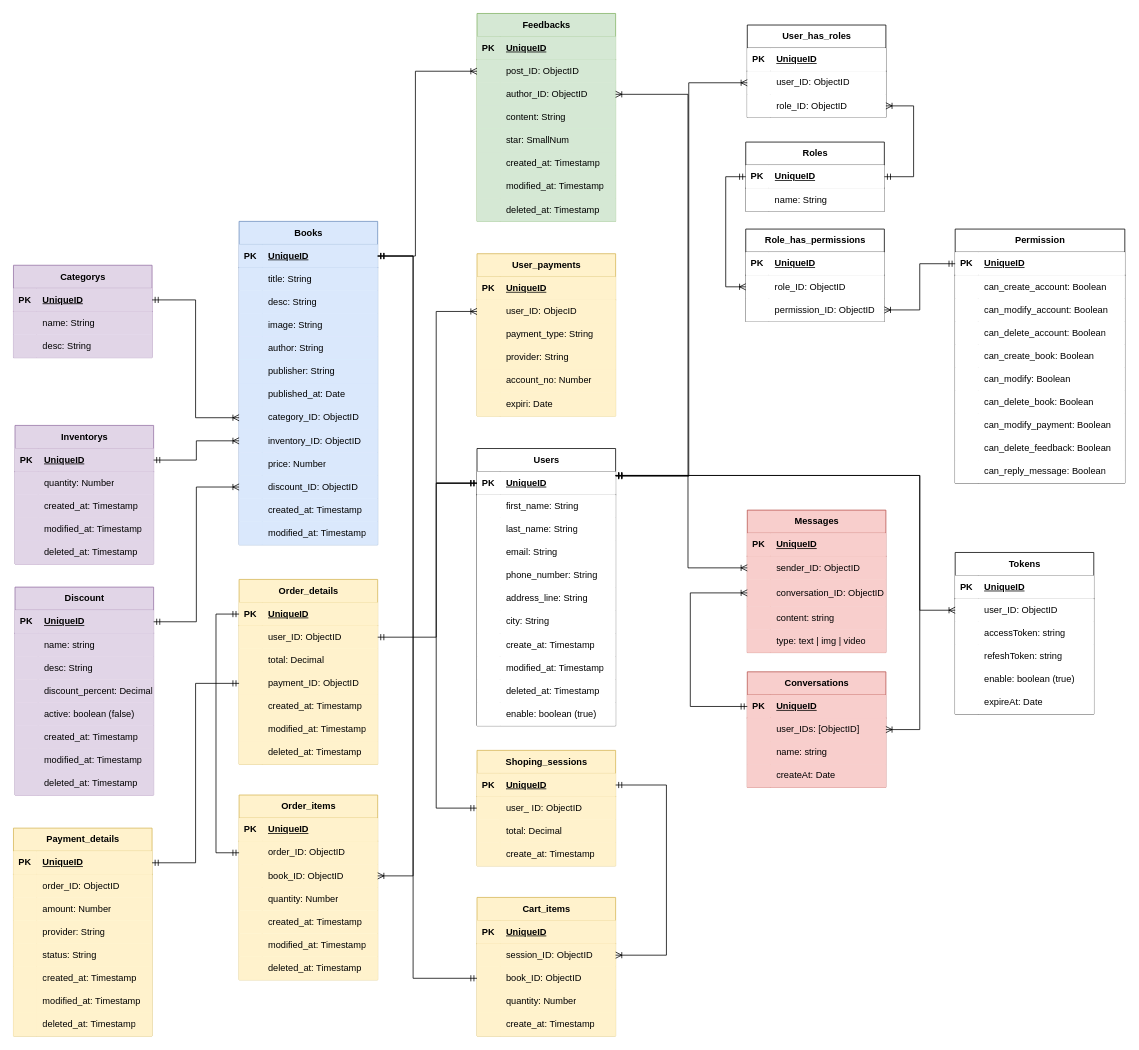
Khanh-BangPham/Diagram-Store keeps this draw.io diagram as Diagram-Ebook-Shop.drawio. Above is the earlier version. Source tidied: cells renumbered, new cells numbered last; positions are measured from the earlier drawing's top-left corner, leaving out a move shared by most shapes. Both pictures are drawn from the tidied source at 77%, with x=0, y=0 at pixel (13, 13).
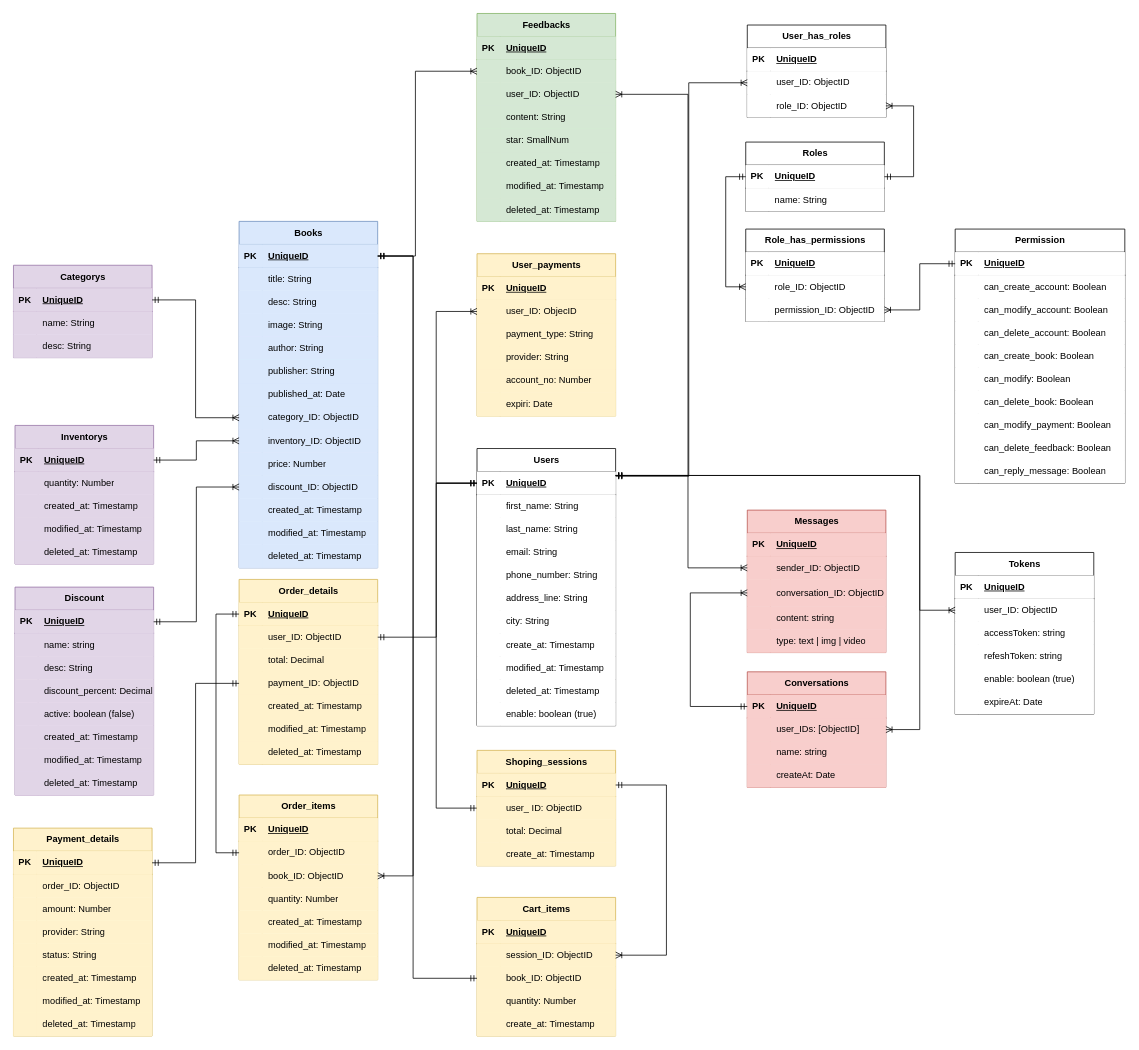
The same diagram, later.

Commit message:
Cập nhật Diagram-Ebook-Shop.drawio

The change refers to these unchanged cells:
```xml
<mxCell id="99" style="shape=tableRow;horizontal=0;startSize=0;swimlaneHead=0;swimlaneBody=0;fillColor=#d5e8d4;points=[[0,0.5],[1,0.5]];portConstraint=eastwest;top=0;left=0;right=0;bottom=0;strokeColor=#82b366;" parent="95" vertex="1">
  <mxGeometry y="60" width="180" height="30" as="geometry" />
</mxCell>
<mxCell id="102" style="shape=tableRow;horizontal=0;startSize=0;swimlaneHead=0;swimlaneBody=0;fillColor=#d5e8d4;points=[[0,0.5],[1,0.5]];portConstraint=eastwest;top=0;left=0;right=0;bottom=0;strokeColor=#82b366;" parent="95" vertex="1">
  <mxGeometry y="90" width="180" height="30" as="geometry" />
</mxCell>
```

The edit, as a diff of the source:
```diff
@@
     <mxCell id="55" value="Books" style="shape=table;startSize=30;childLayout=tableLayout;rowLines=0;fontStyle=1;align=center;html=1;fillColor=#dae8fc;strokeColor=#6c8ebf;" parent="1" vertex="1">
-      <mxGeometry x="293" y="270" width="180" height="420" as="geometry" />
+      <mxGeometry x="293" y="270" width="180" height="450" as="geometry" />
     </mxCell>
@@
+    <mxCell id="396" style="shape=tableRow;horizontal=0;startSize=0;swimlaneHead=0;swimlaneBody=0;fillColor=#dae8fc;top=0;left=0;right=0;bottom=0;strokeColor=#6c8ebf;" parent="55" vertex="1">
+      <mxGeometry y="420" width="180" height="30" as="geometry" />
+    </mxCell>
+    <mxCell id="397" style="shape=partialRectangle;fillColor=#dae8fc;top=0;left=0;bottom=0;right=0;overflow=hidden;whiteSpace=wrap;html=1;strokeColor=#6c8ebf;" parent="396" vertex="1">
+      <mxGeometry width="30" height="30" as="geometry" />
+    </mxCell>
+    <mxCell id="398" value="deleted_at: Timestamp" style="shape=partialRectangle;fillColor=#dae8fc;top=0;left=0;bottom=0;right=0;align=left;spacingLeft=6;overflow=hidden;whiteSpace=wrap;html=1;strokeColor=#6c8ebf;" parent="396" vertex="1">
+      <mxGeometry x="30" width="150" height="30" as="geometry" />
+    </mxCell>
@@
-    <mxCell id="101" value="post_ID: ObjectID" style="shape=partialRectangle;fillColor=#d5e8d4;top=0;left=0;bottom=0;right=0;align=left;spacingLeft=6;overflow=hidden;whiteSpace=wrap;html=1;strokeColor=#82b366;" parent="99" vertex="1">
+    <mxCell id="101" value="book_ID: ObjectID" style="shape=partialRectangle;fillColor=#d5e8d4;top=0;left=0;bottom=0;right=0;align=left;spacingLeft=6;overflow=hidden;whiteSpace=wrap;html=1;strokeColor=#82b366;" parent="99" vertex="1">
       <mxGeometry x="30" width="150" height="30" as="geometry" />
     </mxCell>
@@
-    <mxCell id="104" value="author_ID: ObjectID" style="shape=partialRectangle;fillColor=#d5e8d4;top=0;left=0;bottom=0;right=0;align=left;spacingLeft=6;overflow=hidden;whiteSpace=wrap;html=1;strokeColor=#82b366;" parent="102" vertex="1">
+    <mxCell id="104" value="user_ID: ObjectID" style="shape=partialRectangle;fillColor=#d5e8d4;top=0;left=0;bottom=0;right=0;align=left;spacingLeft=6;overflow=hidden;whiteSpace=wrap;html=1;strokeColor=#82b366;" parent="102" vertex="1">
       <mxGeometry x="30" width="150" height="30" as="geometry" />
     </mxCell>
```
